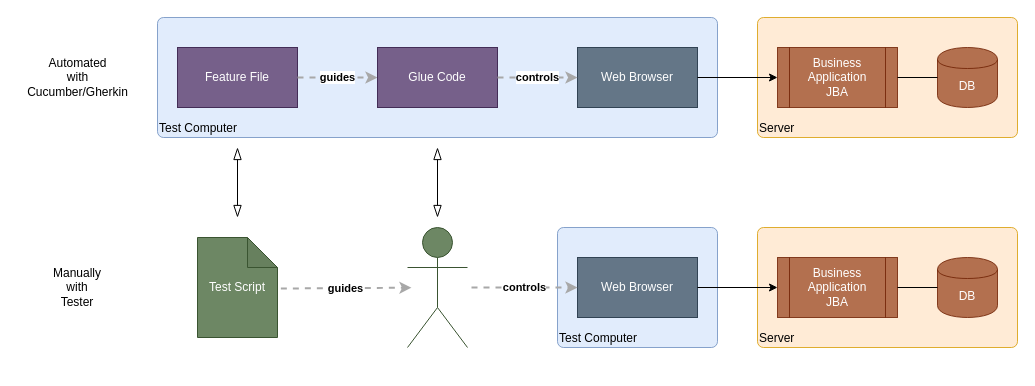
The draw.io diagram documentation/OQ_Automated_vs_Manual.drawio in sableu/BDD4OQ, before the edit. Source tidied: cells renumbered, new cells numbered last; positions are measured from the earlier drawing's top-left corner, leaving out a move shared by most shapes. Both pictures are drawn from the tidied source at 100%, with x=0, y=0 at pixel (17, 17).
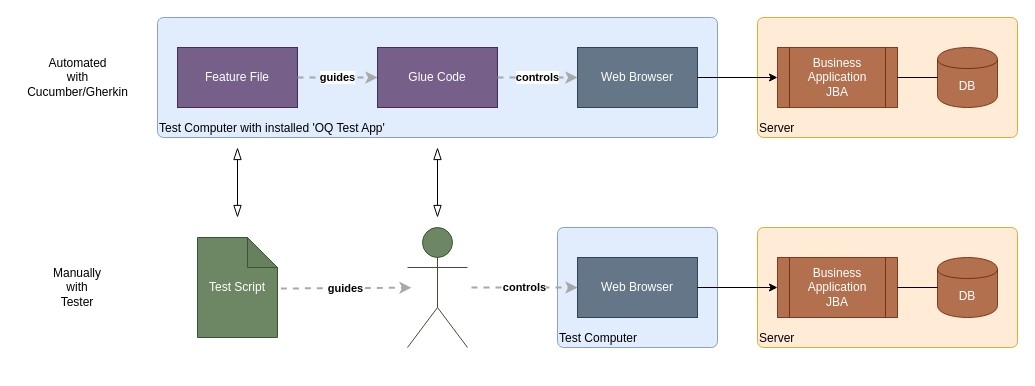
The same page after the edit.

Unchanged cells that the change refers to:
```xml
<mxCell id="5" style="group;" parent="3" vertex="1">
  <mxGeometry x="140" width="560" height="120" as="geometry" />
</mxCell>
```

Diff of the diagram source:
```diff
@@
-    <mxCell id="6" value="&lt;div style=&quot;text-align: left&quot;&gt;Test Computer&lt;/div&gt;" style="rounded=1;whiteSpace=wrap;html=1;labelBackgroundColor=none;fillColor=#dae8fc;align=left;arcSize=5;strokeColor=#6c8ebf;verticalAlign=bottom;opacity=80;" parent="5" vertex="1">
+    <mxCell id="6" value="&lt;div style=&quot;text-align: left&quot;&gt;Test Computer with installed 'OQ Test App'&lt;/div&gt;" style="rounded=1;whiteSpace=wrap;html=1;labelBackgroundColor=none;fillColor=#dae8fc;align=left;arcSize=5;strokeColor=#6c8ebf;verticalAlign=bottom;opacity=80;" parent="5" vertex="1">
       <mxGeometry width="560" height="120" as="geometry" />
     </mxCell>
```
